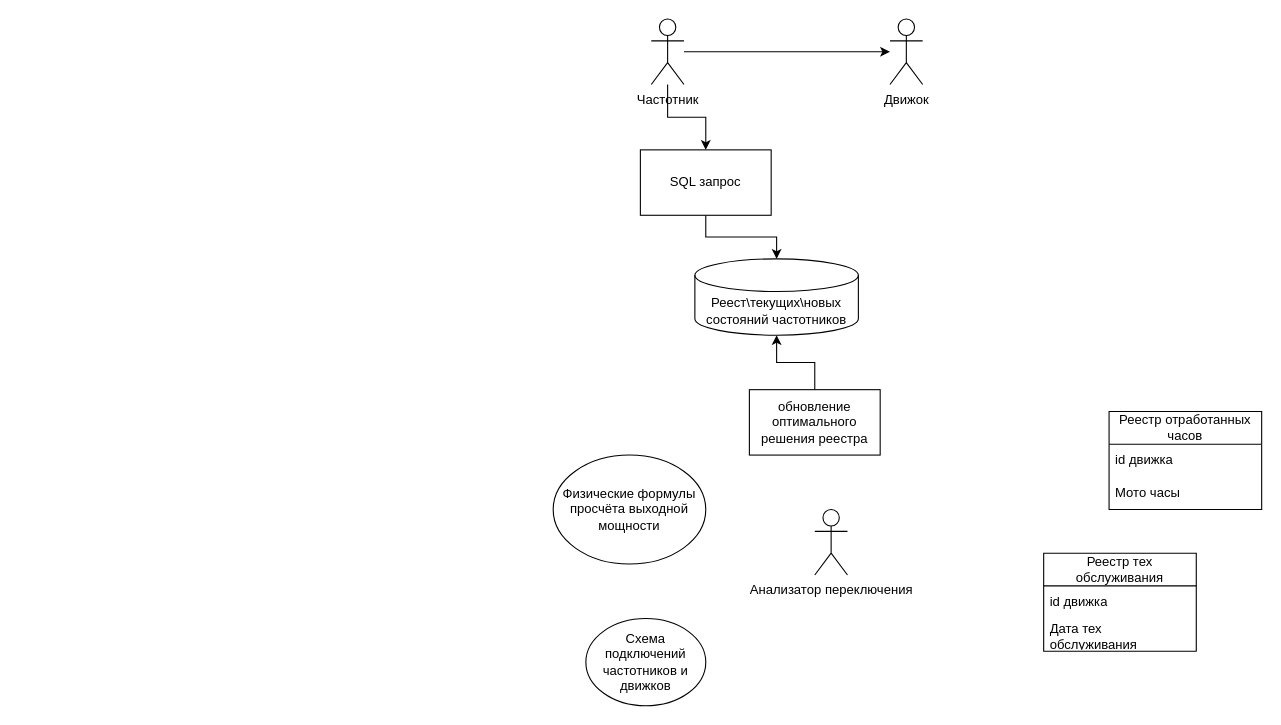
StasLina/DrawIO keeps this draw.io diagram as Deriki.drawio. Above is the earlier version. Source tidied: cells renumbered, new cells numbered last; positions are measured from the earlier drawing's top-left corner, leaving out a move shared by most shapes. Both pictures are drawn from the tidied source at 109%, with x=0, y=0 at pixel (553, 19).
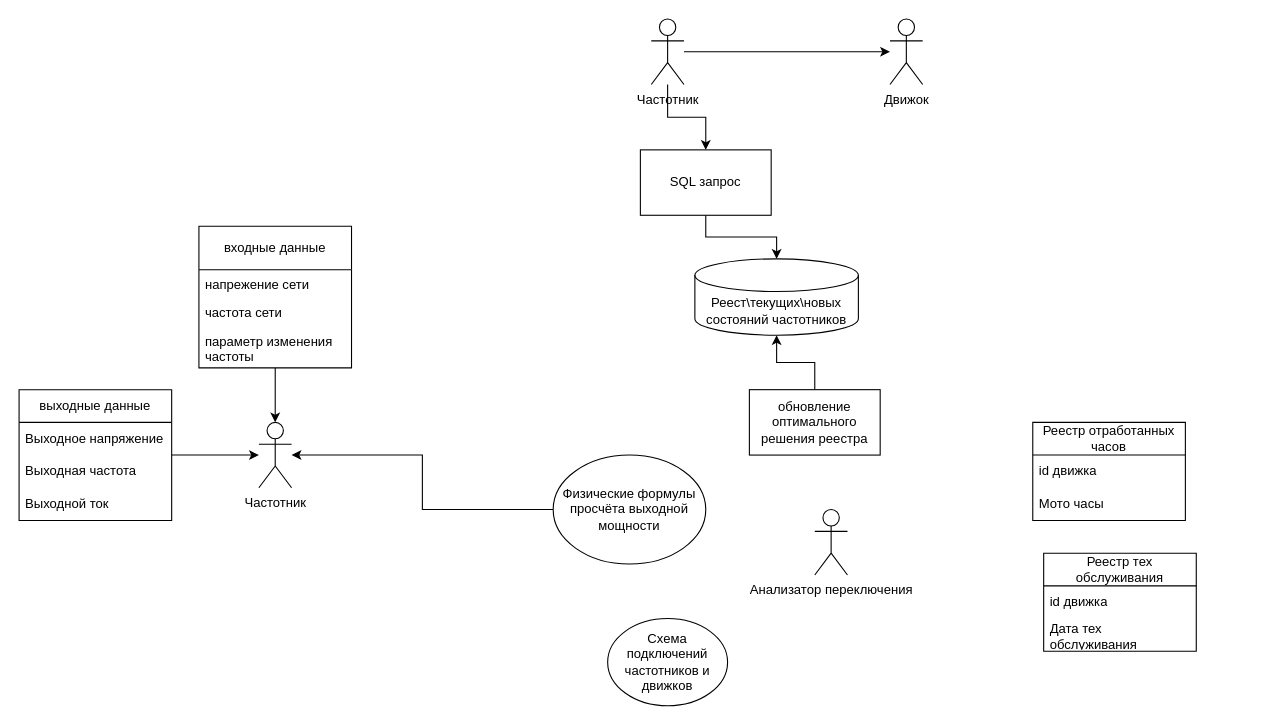
After the change.

Unchanged cells that the change refers to:
```xml
<mxCell id="14" value="Физические формулы просчёта выходной мощности" style="ellipse;whiteSpace=wrap;html=1;" parent="1" vertex="1">
  <mxGeometry y="400" width="140" height="100" as="geometry" />
</mxCell>
```

The edit, as a diff of the source:
```diff
@@
     <mxCell id="9" value="Реестр отработанных часов" style="swimlane;fontStyle=0;horizontal=1;startSize=30;whiteSpace=wrap;html=1;" parent="1" vertex="1">
-      <mxGeometry x="510" y="360" width="140" height="90" as="geometry" />
+      <mxGeometry x="440" y="370" width="140" height="90" as="geometry" />
     </mxCell>
@@
     <mxCell id="13" value="Схема подключений частотников и движков" style="ellipse;whiteSpace=wrap;html=1;" parent="1" vertex="1">
-      <mxGeometry x="30" y="550" width="110" height="80" as="geometry" />
+      <mxGeometry x="50" y="550" width="110" height="80" as="geometry" />
     </mxCell>
+    <mxCell id="20" style="edgeStyle=orthogonalEdgeStyle;rounded=0;jettySize=auto;html=1;" parent="1" edge="1" source="14" target="21">
+      <mxGeometry relative="1" as="geometry" />
+    </mxCell>
@@
+    <mxCell id="21" value="Частотник" style="shape=umlActor;verticalLabelPosition=bottom;verticalAlign=top;html=1;outlineConnect=0;" parent="1" vertex="1">
+      <mxGeometry x="-270" y="370" width="30" height="60" as="geometry" />
+    </mxCell>
+    <mxCell id="22" style="edgeStyle=orthogonalEdgeStyle;rounded=0;jettySize=auto;html=1;" parent="1" edge="1" source="23" target="21">
+      <mxGeometry relative="1" as="geometry" />
+    </mxCell>
+    <mxCell id="23" value="входные данные" style="swimlane;fontStyle=0;horizontal=1;startSize=40;fillColor=none;whiteSpace=wrap;html=1;" parent="1" vertex="1">
+      <mxGeometry x="-325" y="190" width="140" height="130" as="geometry" />
+    </mxCell>
+    <mxCell id="24" value="напрежение сети" style="text;strokeColor=none;fillColor=none;align=left;verticalAlign=top;spacingLeft=4;spacingRight=4;overflow=hidden;whiteSpace=wrap;html=1;" parent="23" vertex="1">
+      <mxGeometry y="40" width="140" height="26" as="geometry" />
+    </mxCell>
+    <mxCell id="25" value="частота сети" style="text;strokeColor=none;fillColor=none;align=left;verticalAlign=top;spacingLeft=4;spacingRight=4;overflow=hidden;whiteSpace=wrap;html=1;" parent="23" vertex="1">
+      <mxGeometry y="66" width="140" height="26" as="geometry" />
+    </mxCell>
+    <mxCell id="26" value="параметр изменения частоты" style="text;strokeColor=none;fillColor=none;align=left;verticalAlign=top;spacingLeft=4;spacingRight=4;overflow=hidden;whiteSpace=wrap;html=1;" parent="23" vertex="1">
+      <mxGeometry y="92" width="140" height="38" as="geometry" />
+    </mxCell>
+    <mxCell id="27" style="edgeStyle=orthogonalEdgeStyle;rounded=0;jettySize=auto;html=1;" parent="1" edge="1" source="28" target="21">
+      <mxGeometry relative="1" as="geometry" />
+    </mxCell>
+    <mxCell id="28" value="выходные данные" style="swimlane;fontStyle=0;horizontal=1;startSize=30;whiteSpace=wrap;html=1;" parent="1" vertex="1">
+      <mxGeometry x="-490" y="340" width="140" height="120" as="geometry" />
+    </mxCell>
+    <mxCell id="29" value="Выходное напряжение" style="text;strokeColor=none;fillColor=none;align=left;verticalAlign=middle;spacingLeft=4;spacingRight=4;overflow=hidden;whiteSpace=wrap;html=1;" parent="28" vertex="1">
+      <mxGeometry y="30" width="140" height="30" as="geometry" />
+    </mxCell>
+    <mxCell id="30" value="Выходная частота" style="text;strokeColor=none;fillColor=none;align=left;verticalAlign=middle;spacingLeft=4;spacingRight=4;overflow=hidden;whiteSpace=wrap;html=1;" parent="28" vertex="1">
+      <mxGeometry y="60" width="140" height="30" as="geometry" />
+    </mxCell>
+    <mxCell id="31" value="Выходной ток" style="text;strokeColor=none;fillColor=none;align=left;verticalAlign=middle;spacingLeft=4;spacingRight=4;overflow=hidden;whiteSpace=wrap;html=1;" parent="28" vertex="1">
+      <mxGeometry y="90" width="140" height="30" as="geometry" />
+    </mxCell>
```
